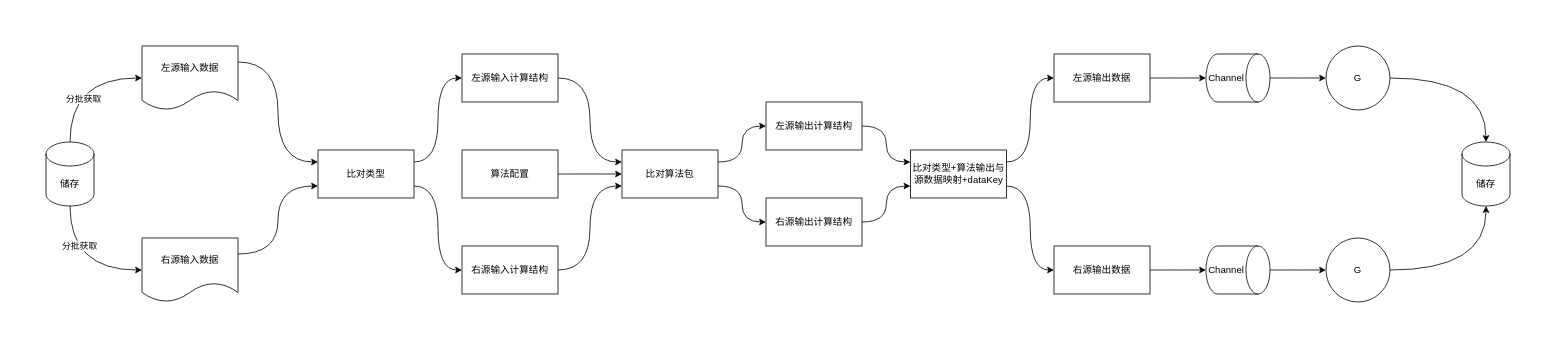
Before: 异步计算逻辑.drawio in Pass-baci/drawio, a draw.io diagram. Source tidied: cells renumbered, new cells numbered last; positions are measured from the earlier drawing's top-left corner, leaving out a move shared by most shapes. Both pictures are drawn from the tidied source at 80%, with x=0, y=0 at pixel (46, 46).
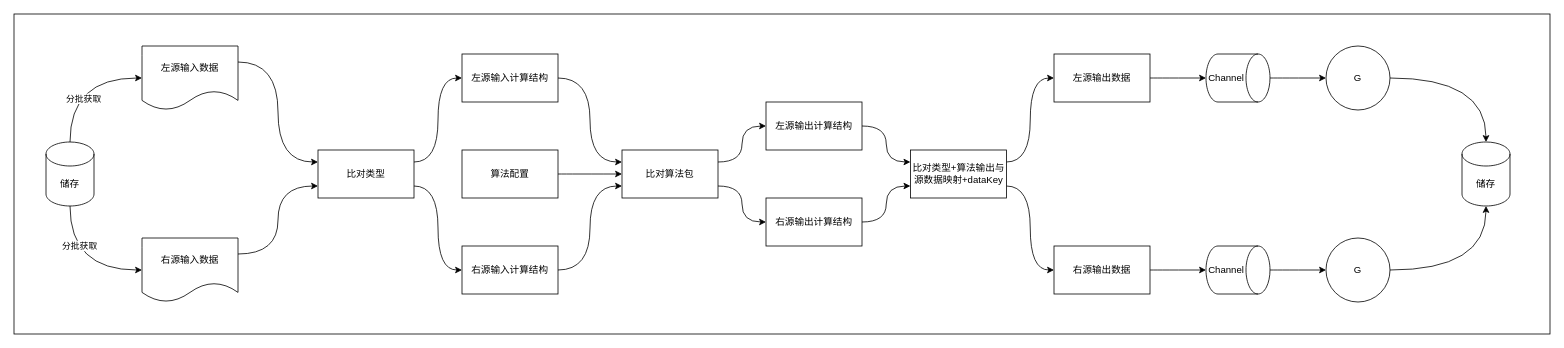
After the change.

Commit message:
更新异步计算逻辑.drawio

Change to the diagram source:
```diff
@@
+    <mxCell id="45" style="rounded=0;whiteSpace=wrap;html=1;" parent="1" vertex="1">
+      <mxGeometry x="-40" y="-40" width="1920" height="400" as="geometry" />
+    </mxCell>
```
